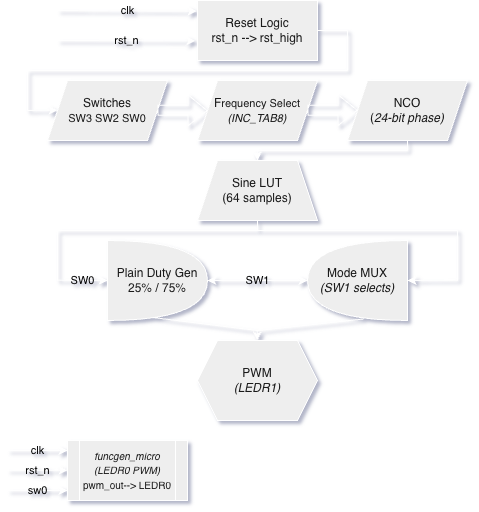
Before: Top-level Architecture.png, a diagram exported from draw.io (Danny3ec/VHDL_Projects). Source tidied: cells renumbered, new cells last; positions are measured from the earlier drawing's top-left corner, leaving out a move shared by most shapes.
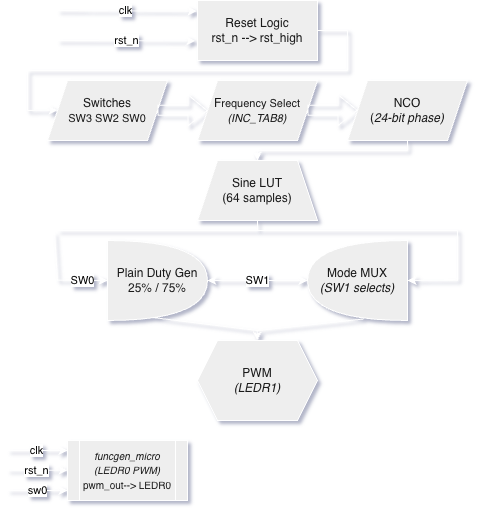
The same file after the commit.

The edit, as a diff of the source:
```diff
@@ -5,13 +5,13 @@
     <mxCell id="2" value="Reset Logic&lt;div&gt;rst_n --&amp;gt; rst_high&lt;/div&gt;" style="rounded=0;whiteSpace=wrap;html=1;labelBackgroundColor=none;fillColor=#EEEEEE;strokeColor=#FFFFFF;fontColor=#1A1A1A;" parent="1" vertex="1">
       <mxGeometry x="190" width="120" height="60" as="geometry" />
     </mxCell>
-    <mxCell id="3" value="rst_n" style="endArrow=classic;html=1;rounded=0;entryX=-0.02;entryY=0.672;entryDx=0;entryDy=0;entryPerimeter=0;labelBackgroundColor=none;strokeColor=#FFFFFF;fontColor=default;" parent="1" edge="1" target="2">
+    <mxCell id="3" value="rst_n" style="endArrow=classic;html=1;rounded=0;entryX=-0.02;entryY=0.672;entryDx=0;entryDy=0;entryPerimeter=0;labelBackgroundColor=default;strokeColor=#FFFFFF;fontColor=default;" parent="1" edge="1" target="2">
       <mxGeometry relative="1" as="geometry">
         <mxPoint x="50" y="40" as="sourcePoint" />
       </mxGeometry>
     </mxCell>
-    <mxCell id="4" value="clk" style="endArrow=classic;html=1;rounded=0;entryX=-0.008;entryY=0.178;entryDx=0;entryDy=0;entryPerimeter=0;labelBackgroundColor=none;strokeColor=#FFFFFF;fontColor=default;" parent="1" edge="1" target="2">
-      <mxGeometry relative="1" as="geometry">
+    <mxCell id="4" value="clk" style="endArrow=classic;html=1;rounded=0;entryX=-0.008;entryY=0.178;entryDx=0;entryDy=0;entryPerimeter=0;labelBackgroundColor=default;strokeColor=#FFFFFF;fontColor=default;" parent="1" edge="1" target="2">
+      <mxGeometry x="-0.02" relative="1" as="geometry">
         <mxPoint x="50" y="10" as="sourcePoint" />
       </mxGeometry>
     </mxCell>
@@ -90,7 +90,7 @@
     <mxCell id="20" style="endArrow=none;html=1;rounded=0;labelBackgroundColor=none;strokeColor=#FFFFFF;fontColor=default;" parent="1" edge="1">
       <mxGeometry relative="1" as="geometry">
         <mxPoint x="50" y="280" as="sourcePoint" />
-        <mxPoint x="50" y="230" as="targetPoint" />
+        <mxPoint x="47" y="232" as="targetPoint" />
       </mxGeometry>
     </mxCell>
     <mxCell id="21" style="endArrow=classic;html=1;rounded=0;entryX=0;entryY=0.5;entryDx=0;entryDy=0;entryPerimeter=0;labelBackgroundColor=none;strokeColor=#FFFFFF;fontColor=default;" parent="1" edge="1" target="17">
@@ -98,12 +98,12 @@
         <mxPoint x="450" y="279.7" as="sourcePoint" />
       </mxGeometry>
     </mxCell>
-    <mxCell id="22" value="SW0" style="endArrow=classic;html=1;rounded=0;entryX=0;entryY=0.5;entryDx=0;entryDy=0;entryPerimeter=0;labelBackgroundColor=none;strokeColor=#FFFFFF;fontColor=default;" parent="1" edge="1" target="16">
+    <mxCell id="22" value="SW0" style="endArrow=classic;html=1;rounded=0;entryX=0;entryY=0.5;entryDx=0;entryDy=0;entryPerimeter=0;labelBackgroundColor=default;strokeColor=#FFFFFF;fontColor=default;" parent="1" edge="1" target="16">
       <mxGeometry relative="1" as="geometry">
         <mxPoint x="50" y="279.7" as="sourcePoint" />
       </mxGeometry>
     </mxCell>
-    <mxCell id="23" value="SW1" style="endArrow=classic;startArrow=classic;html=1;rounded=0;exitX=1;exitY=0.5;exitDx=0;exitDy=0;exitPerimeter=0;entryX=1;entryY=0.5;entryDx=0;entryDy=0;entryPerimeter=0;labelBackgroundColor=none;strokeColor=#FFFFFF;fontColor=default;" parent="1" edge="1" source="16" target="17">
+    <mxCell id="23" value="SW1" style="endArrow=classic;startArrow=classic;html=1;rounded=0;exitX=1;exitY=0.5;exitDx=0;exitDy=0;exitPerimeter=0;entryX=1;entryY=0.5;entryDx=0;entryDy=0;entryPerimeter=0;labelBackgroundColor=default;strokeColor=#FFFFFF;fontColor=default;" parent="1" edge="1" source="16" target="17">
       <mxGeometry relative="1" as="geometry">
         <Array as="points">
           <mxPoint x="250" y="280" />
@@ -155,19 +155,19 @@
     <mxCell id="32" value="&lt;i&gt;&lt;font style=&quot;font-size: 10px;&quot;&gt;funcgen_micro&lt;/font&gt;&lt;/i&gt;&lt;div&gt;&lt;i&gt;&lt;font style=&quot;font-size: 10px;&quot;&gt;(LEDR0 PWM)&lt;/font&gt;&lt;/i&gt;&lt;/div&gt;&lt;div&gt;&lt;font style=&quot;font-size: 10px;&quot;&gt;pwm_out--&amp;gt; LEDR0&lt;/font&gt;&lt;/div&gt;" style="shape=process;whiteSpace=wrap;html=1;backgroundOutline=1;labelBackgroundColor=none;fillColor=#EEEEEE;strokeColor=#FFFFFF;fontColor=#1A1A1A;" parent="1" vertex="1">
       <mxGeometry x="60" y="440" width="120" height="60" as="geometry" />
     </mxCell>
-    <mxCell id="33" value="clk" style="endArrow=classic;html=1;rounded=0;labelBackgroundColor=none;strokeColor=#FFFFFF;fontColor=default;" parent="1" edge="1">
-      <mxGeometry relative="1" as="geometry">
+    <mxCell id="33" value="clk" style="endArrow=classic;html=1;rounded=0;labelBackgroundColor=default;strokeColor=#FFFFFF;fontColor=default;" parent="1" edge="1">
+      <mxGeometry x="-0.03" relative="1" as="geometry">
         <mxPoint y="450" as="sourcePoint" />
         <mxPoint x="60" y="450" as="targetPoint" />
       </mxGeometry>
     </mxCell>
-    <mxCell id="34" value="rst_n" style="endArrow=classic;html=1;rounded=0;labelBackgroundColor=none;strokeColor=#FFFFFF;fontColor=default;" parent="1" edge="1">
-      <mxGeometry relative="1" as="geometry">
+    <mxCell id="34" value="rst_n" style="endArrow=classic;html=1;rounded=0;labelBackgroundColor=default;strokeColor=#FFFFFF;fontColor=default;" parent="1" edge="1">
+      <mxGeometry x="-0.03" relative="1" as="geometry">
         <mxPoint y="469.8" as="sourcePoint" />
         <mxPoint x="60" y="469.8" as="targetPoint" />
       </mxGeometry>
     </mxCell>
-    <mxCell id="35" value="sw0" style="endArrow=classic;html=1;rounded=0;labelBackgroundColor=none;strokeColor=#FFFFFF;fontColor=default;" parent="1" edge="1">
+    <mxCell id="35" value="sw0" style="endArrow=classic;html=1;rounded=0;labelBackgroundColor=default;strokeColor=#FFFFFF;fontColor=default;" parent="1" edge="1">
       <mxGeometry relative="1" as="geometry">
         <mxPoint y="490" as="sourcePoint" />
         <mxPoint x="60" y="490" as="targetPoint" />
```
